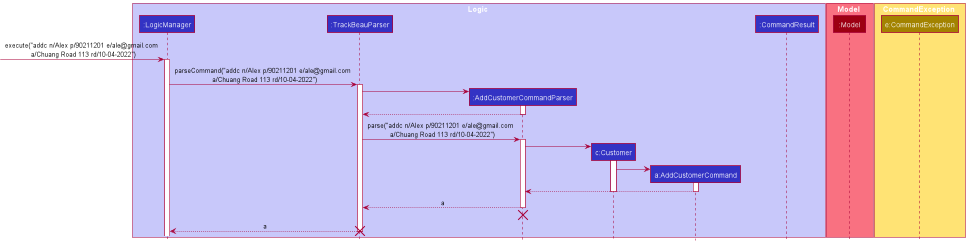
Before: docs/images/AddCustomerSequenceDiagram.png, a diagram exported from PlantUML (nus-cs2103-AY2122S2/tp).
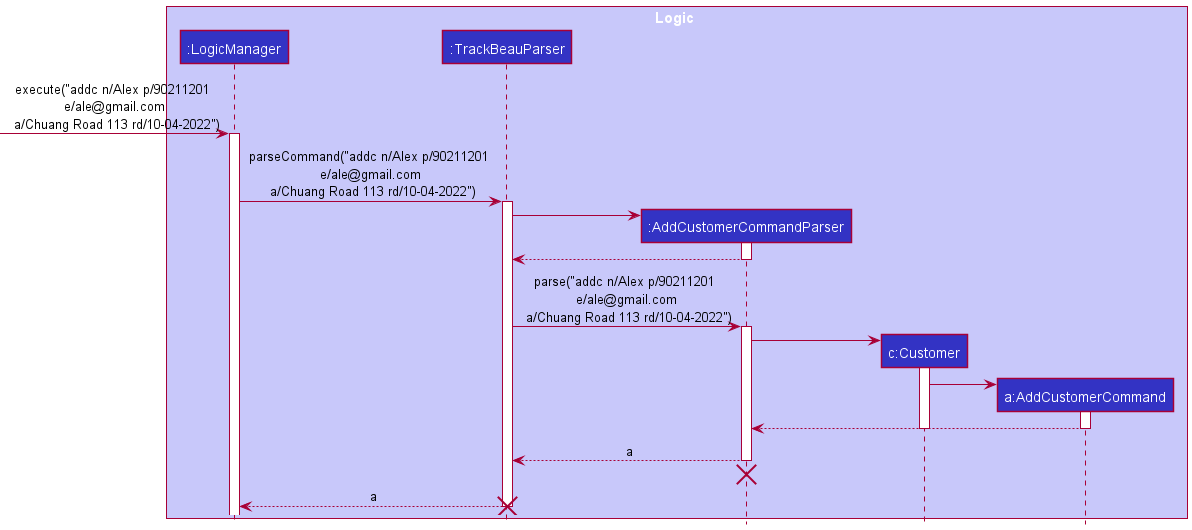
After the commit.

Change to the diagram source:
```diff
@@ -7,21 +7,12 @@
 participant ":AddCustomerCommandParser" as AddCustomerCommandParser LOGIC_COLOR
 participant "c:Customer" as Customer LOGIC_COLOR
 participant "a:AddCustomerCommand" as AddCustomerCommand LOGIC_COLOR
-participant ":CommandResult" as CommandResult LOGIC_COLOR
 end box
 
-box Model MODEL_COLOR_T1
-participant ":Model" as Model MODEL_COLOR
-end box
-
-box CommandException STORAGE_COLOR_T1
-participant "e:CommandException" as CommandException STORAGE_COLOR
-end box
-
-[-> LogicManager : execute("addc n/Alex p/90211201 e/ale@gmail.com \n a/Chuang Road 113 rd/10-04-2022")
+[-> LogicManager : execute("addc n/Alex p/90211201 \n e/ale@gmail.com \n a/Chuang Road 113 rd/10-04-2022")
 activate LogicManager
 
-LogicManager -> TrackBeauParser : parseCommand("addc n/Alex p/90211201 e/ale@gmail.com \n a/Chuang Road 113 rd/10-04-2022")
+LogicManager -> TrackBeauParser : parseCommand("addc n/Alex p/90211201 \n e/ale@gmail.com \n a/Chuang Road 113 rd/10-04-2022")
 activate TrackBeauParser
 
 create AddCustomerCommandParser
@@ -31,7 +22,7 @@
 AddCustomerCommandParser --> TrackBeauParser
 deactivate AddCustomerCommandParser
 
-TrackBeauParser -> AddCustomerCommandParser : parse("addc n/Alex p/90211201 e/ale@gmail.com \n a/Chuang Road 113 rd/10-04-2022")
+TrackBeauParser -> AddCustomerCommandParser : parse("addc n/Alex p/90211201 \n e/ale@gmail.com \n a/Chuang Road 113 rd/10-04-2022")
 activate AddCustomerCommandParser
 
 create Customer
```
